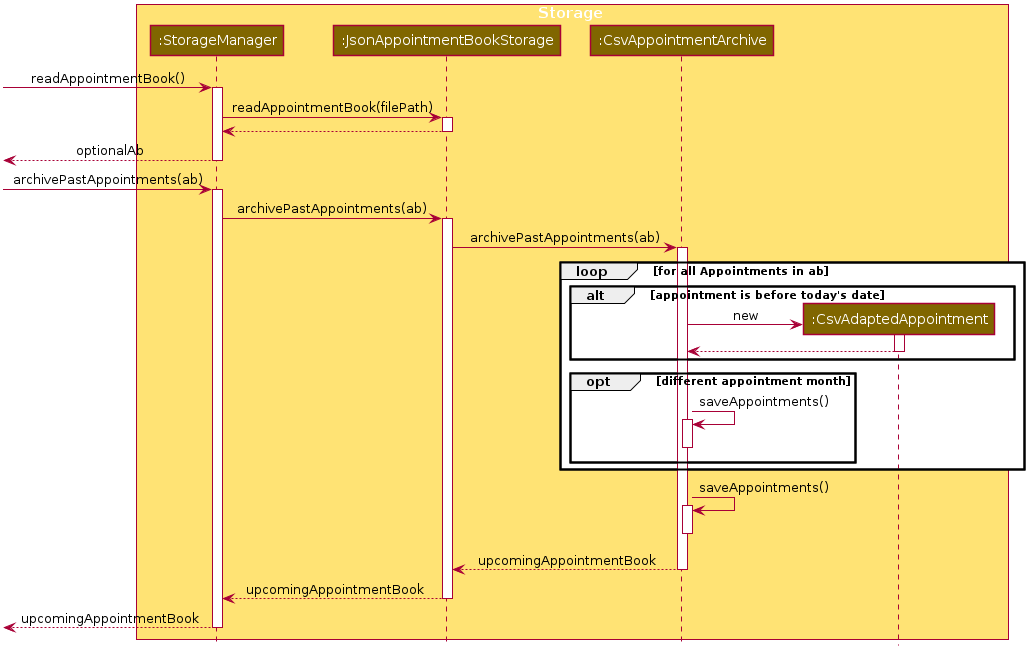
Before: docs/images/ArchiveSequenceDiagram.png, a diagram exported from PlantUML (xz0127/tp). Its diagram source:
```plantuml
@startuml








skinparam BackgroundColor #FFFFFFF

skinparam Shadowing false

skinparam Class {
    FontColor #FFFFFF
    BorderThickness 1
    BorderColor #FFFFFF
    StereotypeFontColor #FFFFFF
    FontName Arial
}

skinparam Actor {
    BorderColor #000000
    Color #000000
    FontName Arial
}

skinparam Sequence {
    MessageAlign center
    BoxFontSize 15
    BoxPadding 0
    BoxFontColor #FFFFFF
    FontName Arial
}

skinparam Participant {
    FontColor #FFFFFFF
    Padding 20
}

skinparam MinClassWidth 50
skinparam ParticipantPadding 10
skinparam Shadowing false
skinparam DefaultTextAlignment center
skinparam packageStyle Rectangle

hide footbox
hide members
hide circle

box Storage #FFE374
participant ":StorageManager" as Storage #806600
participant ":JsonAppointmentBookStorage" as AppointmentBookStorage #806600
participant ":CsvAppointmentArchive" as AppointmentArchive #806600
participant ":CsvAdaptedAppointment" as CsvAdaptedAppointment #806600
end box

[-> Storage : readAppointmentBook()
activate Storage

Storage -> AppointmentBookStorage : readAppointmentBook(filePath)
activate AppointmentBookStorage

AppointmentBookStorage --> Storage
deactivate AppointmentBookStorage

Storage -->[ : optionalAb
deactivate Storage

[-> Storage : archivePastAppointments(ab)
activate Storage

Storage -> AppointmentBookStorage : archivePastAppointments(ab)
activate AppointmentBookStorage

AppointmentBookStorage -> AppointmentArchive : archivePastAppointments(ab)
activate AppointmentArchive

loop for all Appointments in ab
    alt appointment is before today's date
        create CsvAdaptedAppointment
        AppointmentArchive -> CsvAdaptedAppointment : new
        activate CsvAdaptedAppointment

        CsvAdaptedAppointment --> AppointmentArchive
        deactivate CsvAdaptedAppointment
    end

    opt different appointment month
        AppointmentArchive -> AppointmentArchive : saveAppointments()
        activate AppointmentArchive
        deactivate AppointmentArchive
    end
end

AppointmentArchive -> AppointmentArchive : saveAppointments()
activate AppointmentArchive
deactivate AppointmentArchive

AppointmentArchive --> AppointmentBookStorage : upcomingAppointmentBook
deactivate AppointmentArchive

AppointmentBookStorage --> Storage : upcomingAppointmentBook
deactivate AppointmentBookStorage

Storage -->[ : upcomingAppointmentBook
deactivate Storage

@enduml
```
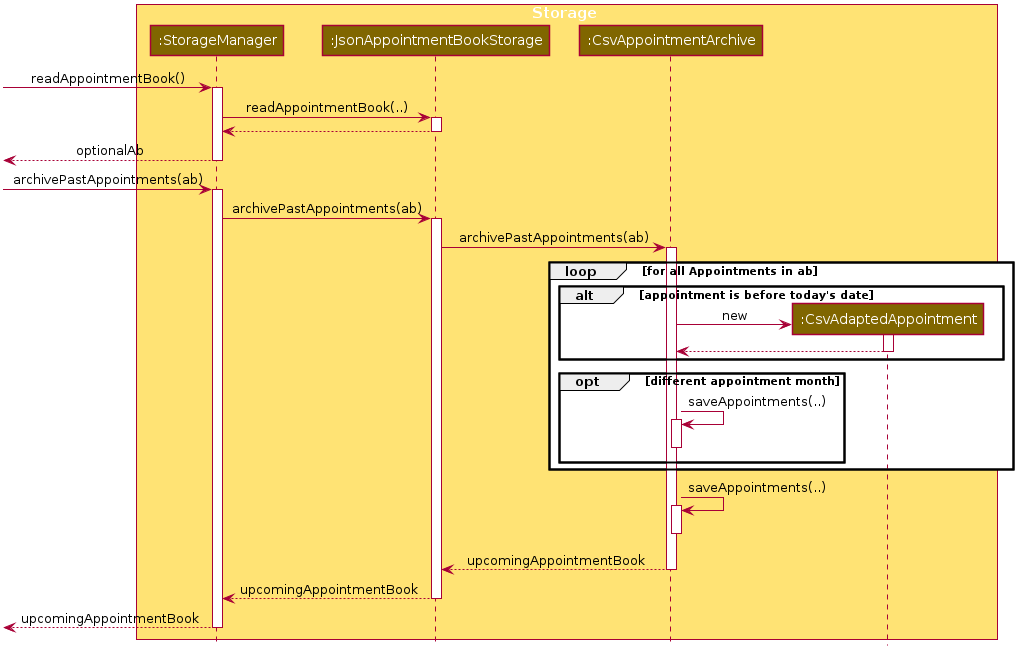
Later version of the same file.

Change to the diagram source:
```diff
@@ -58,7 +58,7 @@
 [-> Storage : readAppointmentBook()
 activate Storage
 
-Storage -> AppointmentBookStorage : readAppointmentBook(filePath)
+Storage -> AppointmentBookStorage : readAppointmentBook(..)
 activate AppointmentBookStorage
 
 AppointmentBookStorage --> Storage
@@ -87,13 +87,13 @@
     end
 
     opt different appointment month
-        AppointmentArchive -> AppointmentArchive : saveAppointments()
+        AppointmentArchive -> AppointmentArchive : saveAppointments(..)
         activate AppointmentArchive
         deactivate AppointmentArchive
     end
 end
 
-AppointmentArchive -> AppointmentArchive : saveAppointments()
+AppointmentArchive -> AppointmentArchive : saveAppointments(..)
 activate AppointmentArchive
 deactivate AppointmentArchive
 
```
